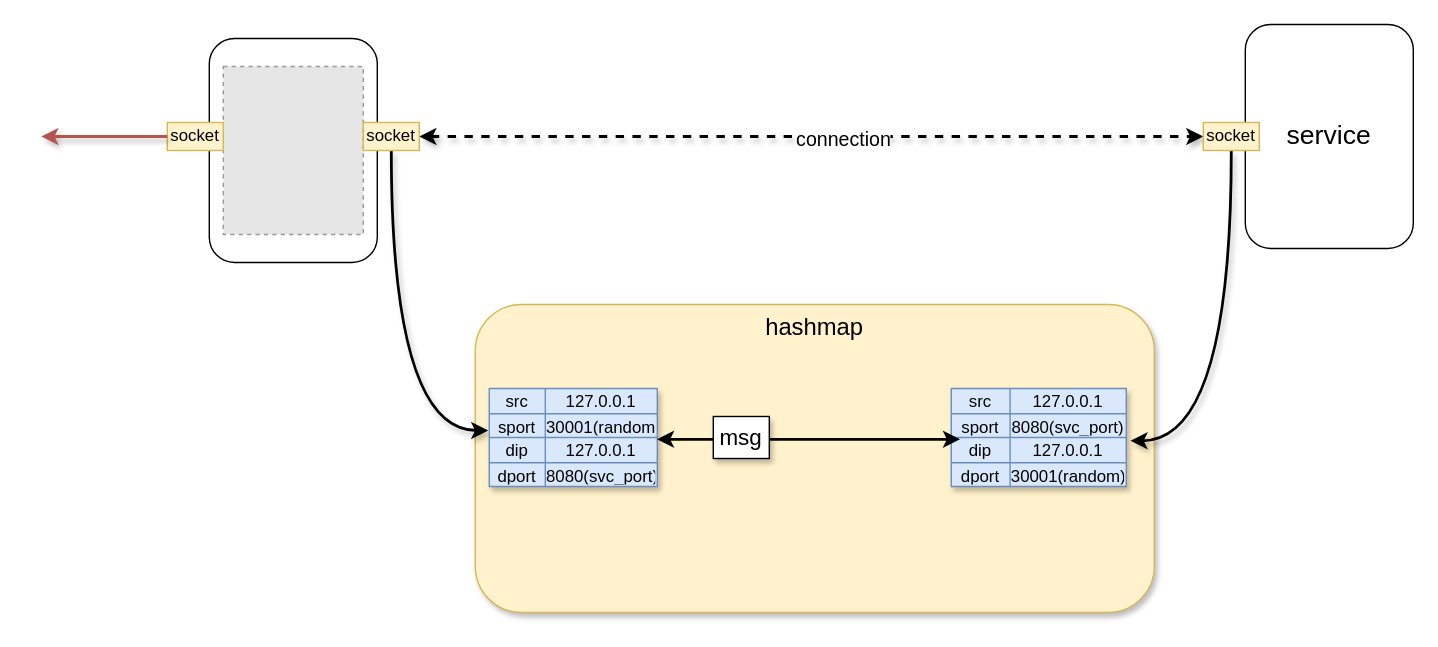
Above: egress_acceleration.drawio in xu1zhou/Documents (draw.io), before the change. Source tidied: cells renumbered, new cells numbered last; positions are measured from the earlier drawing's top-left corner, leaving out a move shared by most shapes. Both pictures are drawn from the tidied source at 140%, with x=0, y=0 at pixel (41, 24). Pictures stored in the file or linked from it are replaced by grey dashed boxes.
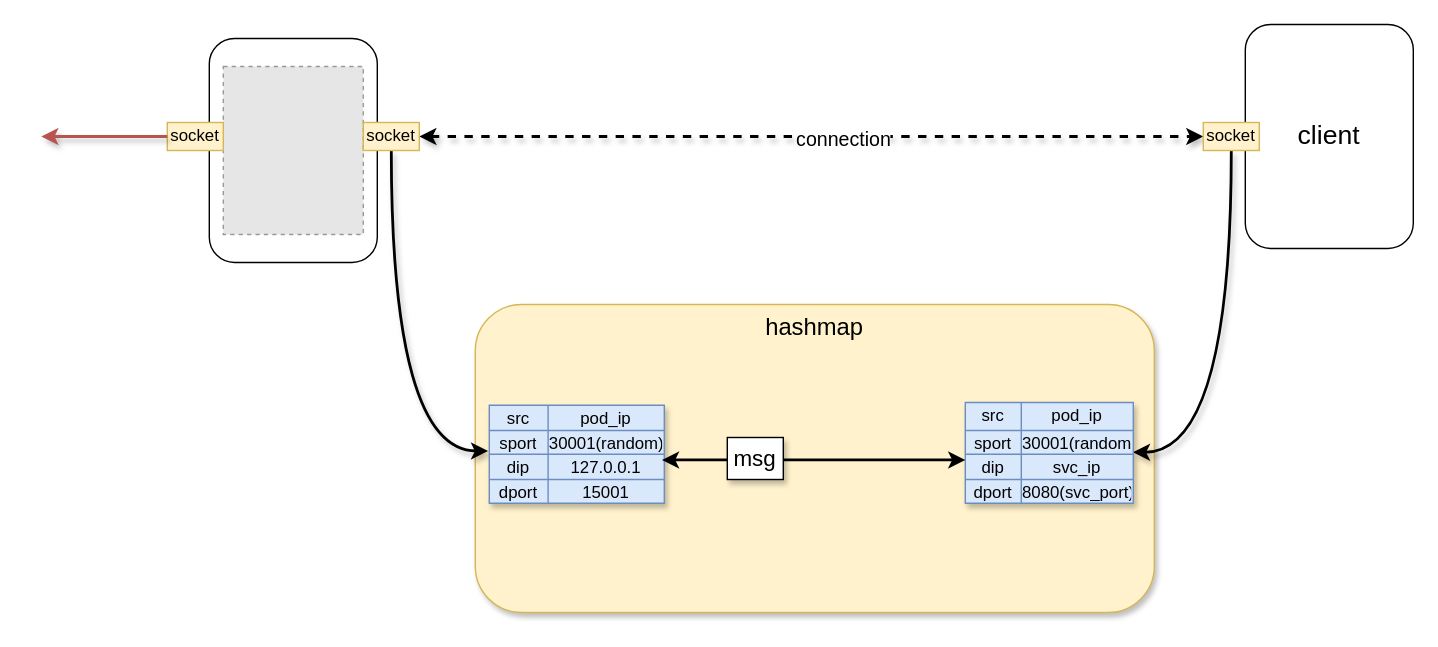
The same page after the edit.

The change refers to these unchanged cells:
```xml
<mxCell id="9" value="socket" style="text;html=1;strokeColor=#d6b656;fillColor=#fff2cc;align=center;verticalAlign=middle;whiteSpace=wrap;rounded=0;" parent="1" vertex="1">
  <mxGeometry x="230" y="70" width="40" height="20" as="geometry" />
</mxCell>
<mxCell id="11" value="socket" style="text;html=1;strokeColor=#d6b656;fillColor=#fff2cc;align=center;verticalAlign=middle;whiteSpace=wrap;rounded=0;" parent="1" vertex="1">
  <mxGeometry x="830" y="70" width="40" height="20" as="geometry" />
</mxCell>
<mxCell id="28" style="shape=partialRectangle;html=1;whiteSpace=wrap;fillColor=none;top=0;left=0;bottom=0;right=0;" parent="27" vertex="1">
  <mxGeometry width="125" height="18" as="geometry" />
</mxCell>
<mxCell id="31" style="shape=partialRectangle;html=1;whiteSpace=wrap;fillColor=none;top=0;left=0;bottom=0;right=0;" parent="27" vertex="1">
  <mxGeometry y="18" width="125" height="17" as="geometry" />
</mxCell>
<mxCell id="34" style="shape=partialRectangle;html=1;whiteSpace=wrap;fillColor=none;top=0;left=0;bottom=0;right=0;points=[[0,0.5],[1,0.5]];portConstraint=eastwest;" parent="27" vertex="1">
  <mxGeometry y="35" width="125" height="18" as="geometry" />
</mxCell>
<mxCell id="37" style="shape=partialRectangle;html=1;whiteSpace=wrap;fillColor=none;top=0;left=0;bottom=0;right=0;" parent="27" vertex="1">
  <mxGeometry y="53" width="125" height="17" as="geometry" />
</mxCell>
```

Change to the diagram source:
```diff
@@
-    <mxCell id="5" value="&lt;font style=&quot;font-size: 19px&quot;&gt;service&lt;/font&gt;" style="rounded=1;whiteSpace=wrap;html=1;" parent="1" vertex="1">
+    <mxCell id="5" value="&lt;font style=&quot;font-size: 19px&quot;&gt;client&lt;/font&gt;" style="rounded=1;whiteSpace=wrap;html=1;" parent="1" vertex="1">
       <mxGeometry x="860" width="120" height="160" as="geometry" />
     </mxCell>
@@
-    <mxCell id="8" style="edgeStyle=orthogonalEdgeStyle;rounded=0;jettySize=auto;html=1;entryX=-0.006;entryY=-0.278;entryDx=0;entryDy=0;entryPerimeter=0;shadow=1;startArrow=none;startFill=0;strokeWidth=2;curved=1;" parent="1" edge="1" source="9" target="21">
+    <mxCell id="8" style="edgeStyle=orthogonalEdgeStyle;rounded=0;jettySize=auto;html=1;shadow=1;startArrow=none;startFill=0;strokeWidth=2;curved=1;entryX=-0.007;entryY=-0.13;entryDx=0;entryDy=0;entryPerimeter=0;" parent="1" edge="1" source="9" target="34">
       <mxGeometry relative="1" as="geometry" />
     </mxCell>
@@
-    <mxCell id="10" style="edgeStyle=orthogonalEdgeStyle;curved=1;rounded=0;jettySize=auto;html=1;entryX=1.024;entryY=0.13;entryDx=0;entryDy=0;entryPerimeter=0;shadow=1;startArrow=none;startFill=0;strokeWidth=2;" parent="1" edge="1" source="11" target="34">
+    <mxCell id="10" style="edgeStyle=orthogonalEdgeStyle;curved=1;rounded=0;jettySize=auto;html=1;shadow=1;startArrow=none;startFill=0;strokeWidth=2;entryX=0.998;entryY=-0.077;entryDx=0;entryDy=0;entryPerimeter=0;" parent="1" edge="1" source="11" target="21">
       <mxGeometry relative="1" as="geometry" />
     </mxCell>
@@
     <mxCell id="14" style="shape=table;html=1;whiteSpace=wrap;startSize=0;childLayout=tableLayout;fillColor=#dae8fc;strokeColor=#6c8ebf;shadow=1;" parent="1" vertex="1">
-      <mxGeometry x="320" y="260" width="120" height="70" as="geometry" />
+      <mxGeometry x="660" y="270" width="120" height="72" as="geometry" />
     </mxCell>
     <mxCell id="15" style="shape=partialRectangle;html=1;whiteSpace=wrap;fillColor=none;top=0;left=0;bottom=0;right=0;" parent="14" vertex="1">
-      <mxGeometry width="120" height="18" as="geometry" />
+      <mxGeometry width="120" height="20" as="geometry" />
     </mxCell>
     <mxCell id="16" value="src" style="shape=partialRectangle;html=1;whiteSpace=wrap;overflow=hidden;fillColor=none;top=0;left=0;bottom=0;right=0;align=center;" parent="15" vertex="1">
-      <mxGeometry width="40" height="18" as="geometry" />
+      <mxGeometry width="40" height="20" as="geometry" />
     </mxCell>
-    <mxCell id="17" value="127.0.0.1" style="shape=partialRectangle;html=1;whiteSpace=wrap;overflow=hidden;fillColor=none;top=0;left=0;bottom=0;right=0;" parent="15" vertex="1">
-      <mxGeometry x="40" width="80" height="18" as="geometry" />
+    <mxCell id="17" value="pod_ip" style="shape=partialRectangle;html=1;whiteSpace=wrap;overflow=hidden;fillColor=none;top=0;left=0;bottom=0;right=0;" parent="15" vertex="1">
+      <mxGeometry x="40" width="80" height="20" as="geometry" />
     </mxCell>
     <mxCell id="18" style="shape=partialRectangle;html=1;whiteSpace=wrap;fillColor=none;top=0;left=0;bottom=0;right=0;" parent="14" vertex="1">
-      <mxGeometry y="18" width="120" height="17" as="geometry" />
+      <mxGeometry y="20" width="120" height="17" as="geometry" />
     </mxCell>
@@
     <mxCell id="21" style="shape=partialRectangle;html=1;whiteSpace=wrap;fillColor=none;top=0;left=0;bottom=0;right=0;points=[[0,0.5],[1,0.5]];portConstraint=eastwest;" parent="14" vertex="1">
-      <mxGeometry y="35" width="120" height="18" as="geometry" />
+      <mxGeometry y="37" width="120" height="18" as="geometry" />
     </mxCell>
@@
-    <mxCell id="23" value="127.0.0.1" style="shape=partialRectangle;html=1;whiteSpace=wrap;overflow=hidden;fillColor=none;top=0;left=0;bottom=0;right=0;" parent="21" vertex="1">
+    <mxCell id="23" value="svc_ip" style="shape=partialRectangle;html=1;whiteSpace=wrap;overflow=hidden;fillColor=none;top=0;left=0;bottom=0;right=0;" parent="21" vertex="1">
       <mxGeometry x="40" width="80" height="18" as="geometry" />
     </mxCell>
     <mxCell id="24" style="shape=partialRectangle;html=1;whiteSpace=wrap;fillColor=none;top=0;left=0;bottom=0;right=0;" parent="14" vertex="1">
-      <mxGeometry y="53" width="120" height="17" as="geometry" />
+      <mxGeometry y="55" width="120" height="17" as="geometry" />
     </mxCell>
@@
     <mxCell id="27" style="shape=table;html=1;whiteSpace=wrap;startSize=0;childLayout=tableLayout;fillColor=#dae8fc;strokeColor=#6c8ebf;shadow=1;" parent="1" vertex="1">
-      <mxGeometry x="650" y="260" width="125" height="70" as="geometry" />
+      <mxGeometry x="320" y="272" width="125" height="70" as="geometry" />
     </mxCell>
@@
-    <mxCell id="30" value="127.0.0.1" style="shape=partialRectangle;html=1;whiteSpace=wrap;overflow=hidden;fillColor=none;top=0;left=0;bottom=0;right=0;" parent="28" vertex="1">
+    <mxCell id="30" value="pod_ip" style="shape=partialRectangle;html=1;whiteSpace=wrap;overflow=hidden;fillColor=none;top=0;left=0;bottom=0;right=0;" parent="28" vertex="1">
       <mxGeometry x="42" width="83" height="18" as="geometry" />
     </mxCell>
@@
-    <mxCell id="33" value="8080(svc_port)" style="shape=partialRectangle;html=1;whiteSpace=wrap;overflow=hidden;fillColor=none;top=0;left=0;bottom=0;right=0;" parent="31" vertex="1">
+    <mxCell id="33" value="30001(random)" style="shape=partialRectangle;html=1;whiteSpace=wrap;overflow=hidden;fillColor=none;top=0;left=0;bottom=0;right=0;" parent="31" vertex="1">
       <mxGeometry x="42" width="83" height="17" as="geometry" />
     </mxCell>
@@
-    <mxCell id="39" value="30001(random)" style="shape=partialRectangle;html=1;whiteSpace=wrap;overflow=hidden;fillColor=none;top=0;left=0;bottom=0;right=0;" parent="37" vertex="1">
+    <mxCell id="39" value="15001" style="shape=partialRectangle;html=1;whiteSpace=wrap;overflow=hidden;fillColor=none;top=0;left=0;bottom=0;right=0;" parent="37" vertex="1">
       <mxGeometry x="42" width="83" height="17" as="geometry" />
     </mxCell>
-    <mxCell id="40" style="edgeStyle=orthogonalEdgeStyle;sketch=0;jettySize=auto;html=1;entryX=0.05;entryY=0.072;entryDx=0;entryDy=0;entryPerimeter=0;startArrow=classic;startFill=1;strokeWidth=2;fontSize=16;rounded=0;exitX=0.998;exitY=0.072;exitDx=0;exitDy=0;exitPerimeter=0;" parent="1" edge="1" source="21" target="34">
-      <mxGeometry relative="1" as="geometry" />
+    <mxCell id="40" style="edgeStyle=orthogonalEdgeStyle;sketch=0;jettySize=auto;html=1;startArrow=classic;startFill=1;strokeWidth=2;fontSize=16;rounded=0;exitX=0.987;exitY=0.23;exitDx=0;exitDy=0;exitPerimeter=0;" parent="1" edge="1" source="34">
+      <mxGeometry relative="1" as="geometry">
+        <mxPoint x="660" y="311" as="targetPoint" />
+        <Array as="points">
+          <mxPoint x="660" y="311" />
+        </Array>
+      </mxGeometry>
     </mxCell>
     <mxCell id="41" value="msg" style="rounded=0;whiteSpace=wrap;html=1;shadow=1;labelBackgroundColor=none;fontSize=16;align=center;" parent="1" vertex="1">
-      <mxGeometry x="480" y="280" width="40" height="30" as="geometry" />
+      <mxGeometry x="490" y="295" width="40" height="30" as="geometry" />
     </mxCell>
```
